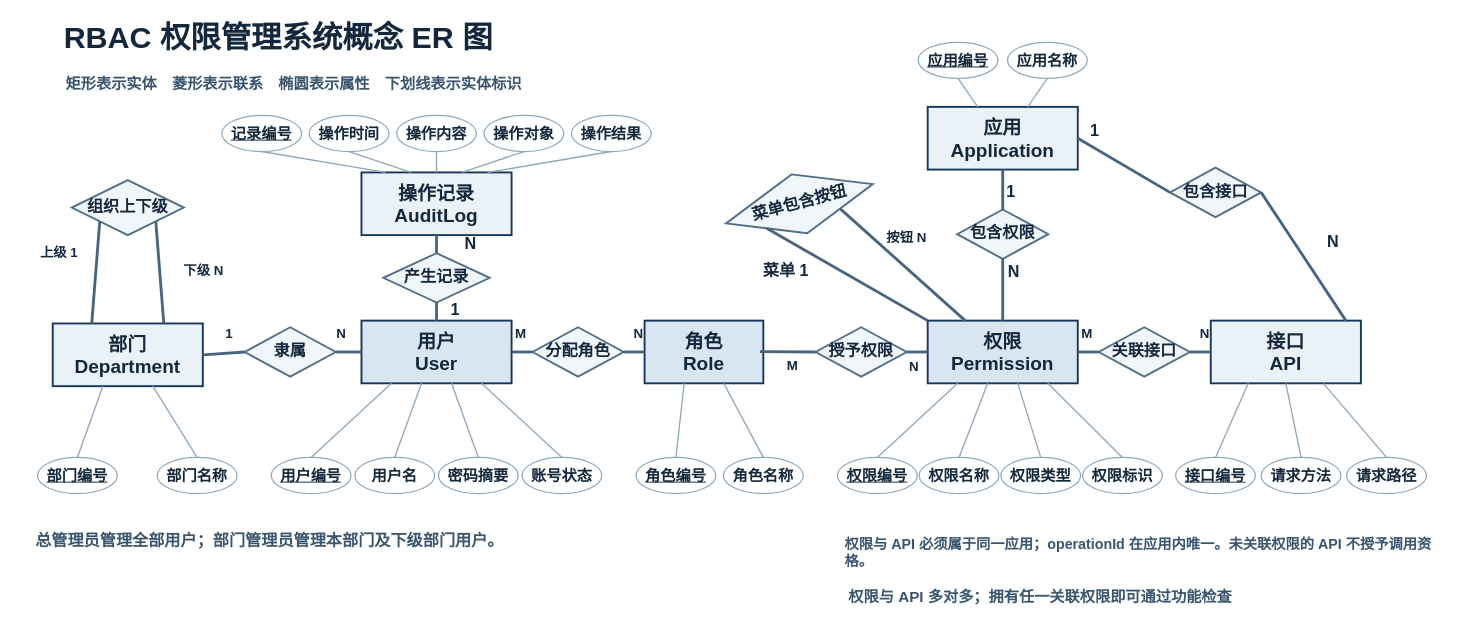
Before: page "RBAC0-ER图" (1 of 4) of docs/项目设计图.drawio in Noah-hope/RBAC-admin, a draw.io diagram. Source tidied: cells renumbered, new cells numbered last; positions are measured from the earlier drawing's top-left corner, leaving out a move shared by most shapes. Both pictures are drawn from the tidied source at 95%, with x=0, y=0 at pixel (16, 16).
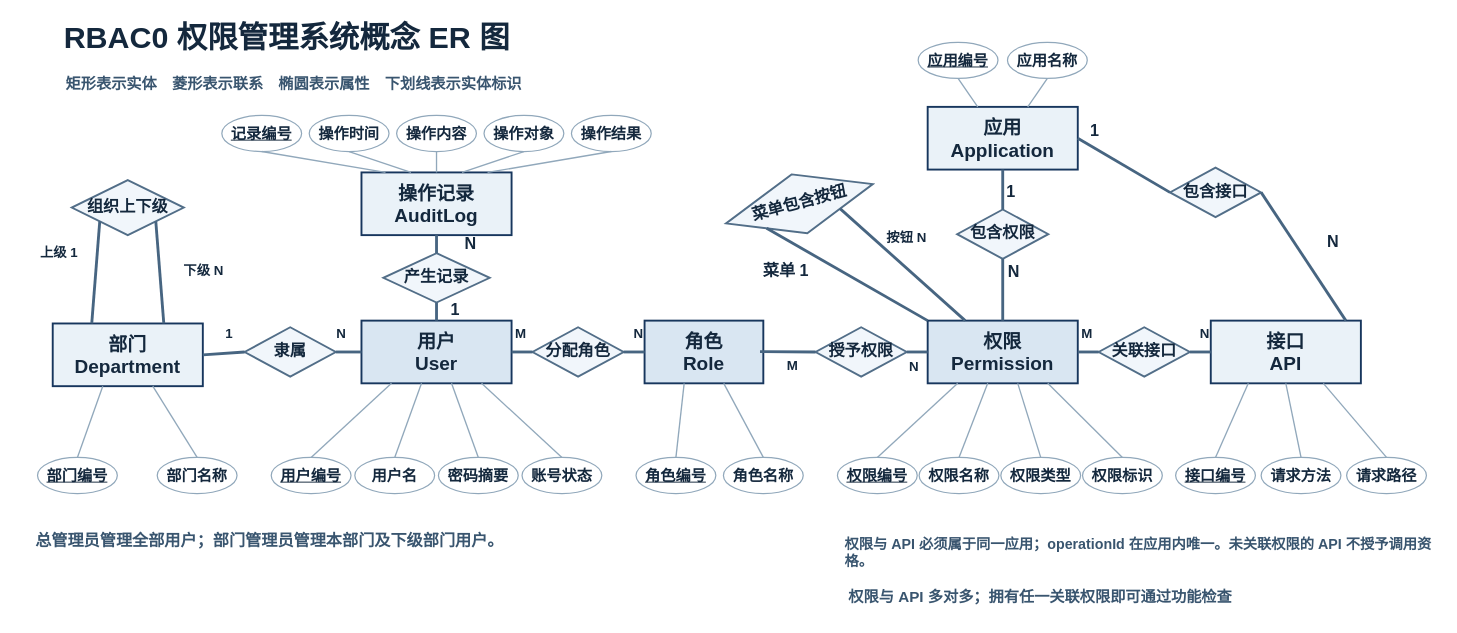
After the change.

What changed in the source:
```diff
@@
-    <mxCell id="2" value="RBAC 权限管理系统概念 ER 图" style="html=1;whiteSpace=wrap;fontFamily=SimSun;fontStyle=1;fontColor=#14283d;text;strokeColor=none;fillColor=none;align=center;verticalAlign=middle;align=left;fontSize=32;rounded=0;" parent="1" vertex="1">
+    <mxCell id="2" value="RBAC0 权限管理系统概念 ER 图" style="html=1;whiteSpace=wrap;fontFamily=SimSun;fontStyle=1;fontColor=#14283d;text;strokeColor=none;fillColor=none;align=center;verticalAlign=middle;align=left;fontSize=32;rounded=0;" parent="1" vertex="1">
       <mxGeometry x="48" width="740" height="45" as="geometry" />
     </mxCell>
```
